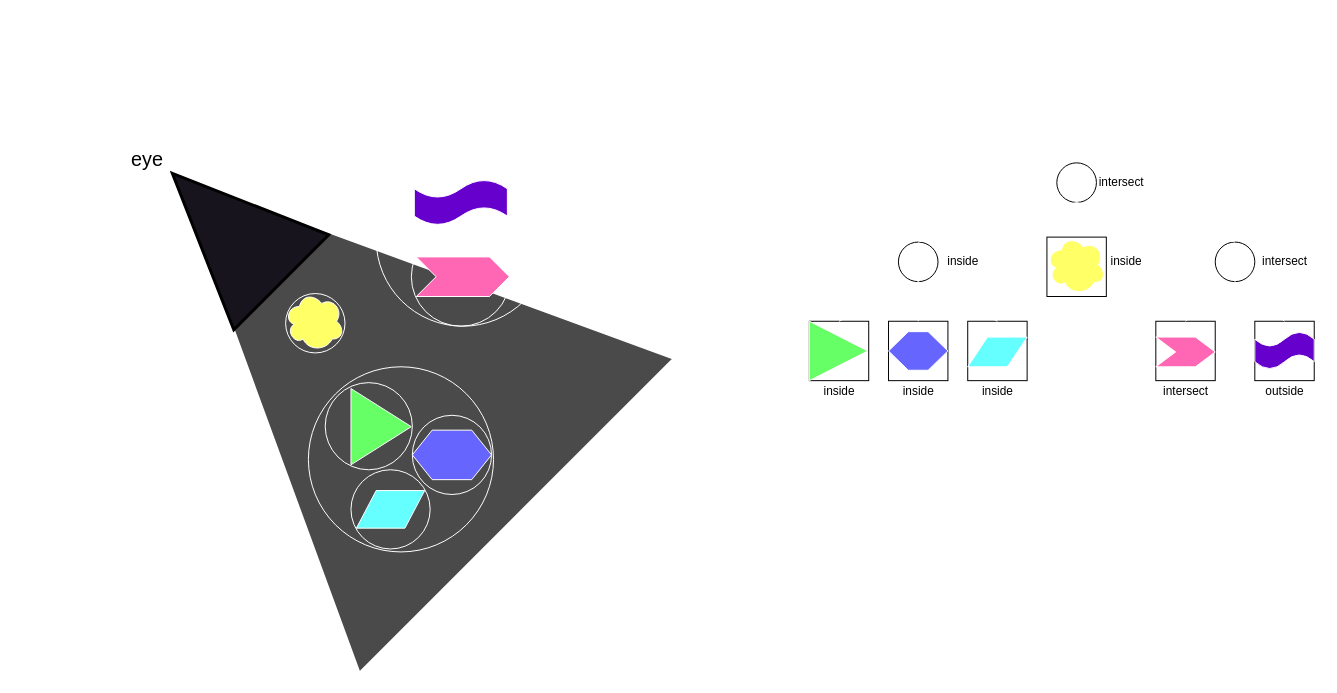
Earlier version of the draw.io diagram page "Page-6" (6 of 6) of file/Algorithm/SpatialDataStructures/BVH.drawio (FallingXun/FallingXun.github.io). Source tidied: cells renumbered, new cells numbered last; positions are measured from the earlier drawing's top-left corner, leaving out a move shared by most shapes. Both pictures are drawn from the tidied source at 99%, with x=0, y=0 at pixel (106, 123).
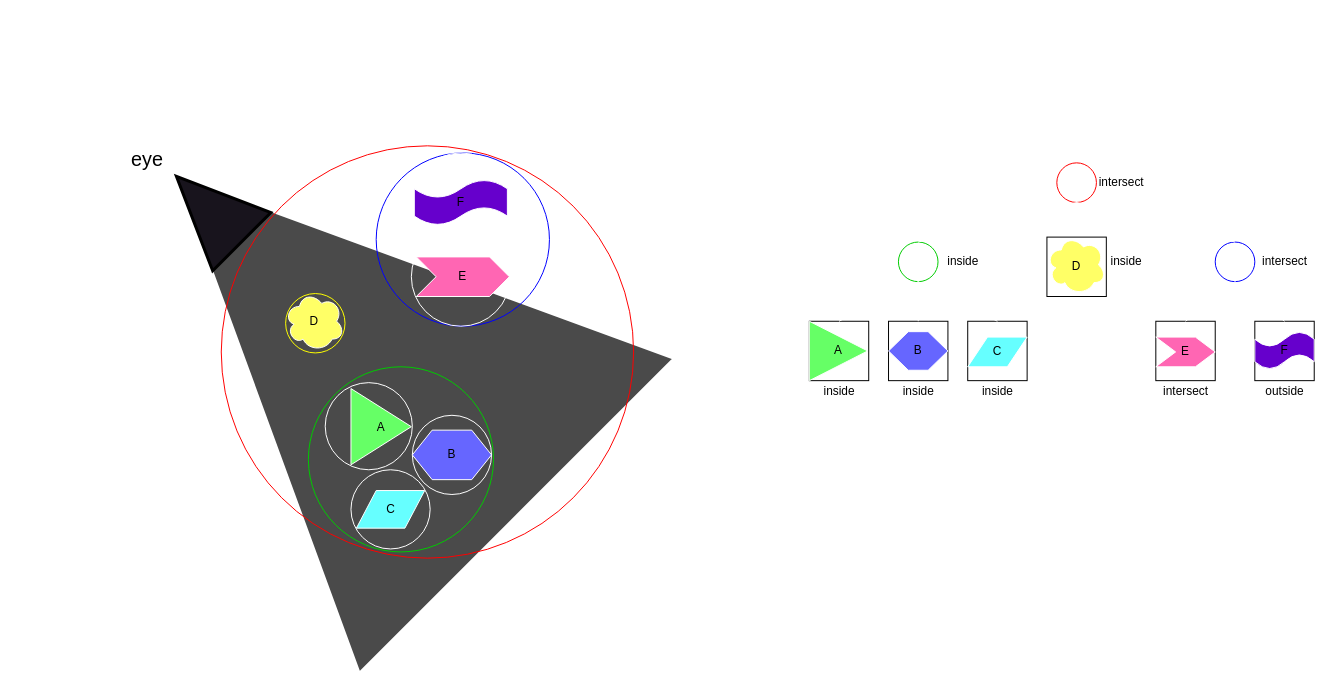
The same page after the edit.

Diff of the diagram source:
```diff
@@
     <mxCell id="8" style="triangle;whiteSpace=wrap;html=1;strokeColor=default;fillColor=#18141D;rotation=-135;strokeWidth=3;" parent="1" vertex="1">
-      <mxGeometry x="43.8" y="37.8" width="155.6" height="135.7" as="geometry" />
+      <mxGeometry x="57" y="45" width="93.4" height="83.2" as="geometry" />
     </mxCell>
@@
-    <mxCell id="11" style="ellipse;whiteSpace=wrap;html=1;strokeColor=#FFFFFF;fillColor=none;" parent="1" vertex="1">
+    <mxCell id="11" style="ellipse;whiteSpace=wrap;html=1;strokeColor=#FFFF00;fillColor=none;" parent="1" vertex="1">
       <mxGeometry x="181" y="172" width="60" height="60" as="geometry" />
     </mxCell>
-    <mxCell id="12" style="ellipse;whiteSpace=wrap;html=1;strokeColor=#FFFFFF;fillColor=none;" parent="1" vertex="1">
+    <mxCell id="12" style="ellipse;whiteSpace=wrap;html=1;strokeColor=#0000FF;fillColor=none;" parent="1" vertex="1">
       <mxGeometry x="272.5" y="30" width="175" height="175" as="geometry" />
     </mxCell>
-    <mxCell id="13" style="ellipse;whiteSpace=wrap;html=1;strokeColor=#FFFFFF;fillColor=none;" parent="1" vertex="1">
+    <mxCell id="13" style="ellipse;whiteSpace=wrap;html=1;strokeColor=#00CC00;fillColor=none;" parent="1" vertex="1">
       <mxGeometry x="204" y="246" width="187" height="187" as="geometry" />
     </mxCell>
@@
-    <mxCell id="15" style="ellipse;shape=cloud;whiteSpace=wrap;html=1;strokeColor=#FFFFFF;fillColor=#FFFF66;" parent="1" vertex="1">
+    <mxCell id="15" value="&lt;font color=&quot;#000000&quot;&gt;D&lt;/font&gt;" style="ellipse;shape=cloud;whiteSpace=wrap;html=1;strokeColor=#FFFFFF;fillColor=#FFFF66;" parent="1" vertex="1">
       <mxGeometry x="180" y="170" width="60" height="60" as="geometry" />
     </mxCell>
-    <mxCell id="16" style="triangle;whiteSpace=wrap;html=1;strokeColor=#FFFFFF;fillColor=#66FF66;" parent="1" vertex="1">
+    <mxCell id="16" value="&lt;font color=&quot;#000000&quot;&gt;A&lt;/font&gt;" style="triangle;whiteSpace=wrap;html=1;strokeColor=#FFFFFF;fillColor=#66FF66;" parent="1" vertex="1">
       <mxGeometry x="247" y="268" width="61" height="77" as="geometry" />
     </mxCell>
-    <mxCell id="17" style="shape=parallelogram;perimeter=parallelogramPerimeter;whiteSpace=wrap;html=1;fixedSize=1;strokeColor=#FFFFFF;fillColor=#66FFFF;" parent="1" vertex="1">
+    <mxCell id="17" value="&lt;font color=&quot;#000000&quot;&gt;C&lt;/font&gt;" style="shape=parallelogram;perimeter=parallelogramPerimeter;whiteSpace=wrap;html=1;fixedSize=1;strokeColor=#FFFFFF;fillColor=#66FFFF;" parent="1" vertex="1">
       <mxGeometry x="252.5" y="371" width="69" height="38" as="geometry" />
     </mxCell>
-    <mxCell id="18" style="shape=hexagon;perimeter=hexagonPerimeter2;whiteSpace=wrap;html=1;fixedSize=1;strokeColor=#FFFFFF;fillColor=#6666FF;" parent="1" vertex="1">
+    <mxCell id="18" value="&lt;font color=&quot;#000000&quot;&gt;B&lt;/font&gt;" style="shape=hexagon;perimeter=hexagonPerimeter2;whiteSpace=wrap;html=1;fixedSize=1;strokeColor=#FFFFFF;fillColor=#6666FF;" parent="1" vertex="1">
       <mxGeometry x="309" y="310" width="80" height="50" as="geometry" />
     </mxCell>
@@
-    <mxCell id="21" style="shape=tape;whiteSpace=wrap;html=1;strokeColor=#FFFFFF;fillColor=#6600CC;" parent="1" vertex="1">
+    <mxCell id="21" value="&lt;font color=&quot;#000000&quot;&gt;F&lt;/font&gt;" style="shape=tape;whiteSpace=wrap;html=1;strokeColor=#FFFFFF;fillColor=#6600CC;" parent="1" vertex="1">
       <mxGeometry x="311" y="57" width="94" height="46" as="geometry" />
     </mxCell>
-    <mxCell id="22" style="shape=step;perimeter=stepPerimeter;whiteSpace=wrap;html=1;fixedSize=1;strokeColor=#FFFFFF;fillColor=#FF66B3;" parent="1" vertex="1">
+    <mxCell id="22" value="&lt;font color=&quot;#000000&quot;&gt;E&lt;/font&gt;" style="shape=step;perimeter=stepPerimeter;whiteSpace=wrap;html=1;fixedSize=1;strokeColor=#FFFFFF;fillColor=#FF66B3;" parent="1" vertex="1">
       <mxGeometry x="313" y="135" width="94" height="40" as="geometry" />
     </mxCell>
-    <mxCell id="23" style="ellipse;whiteSpace=wrap;html=1;strokeColor=default;strokeWidth=1;fillColor=none;" parent="1" vertex="1">
+    <mxCell id="23" style="ellipse;whiteSpace=wrap;html=1;strokeColor=#FF0000;strokeWidth=1;fillColor=none;" parent="1" vertex="1">
       <mxGeometry x="960" y="40" width="40" height="40" as="geometry" />
     </mxCell>
@@
-    <mxCell id="25" style="triangle;whiteSpace=wrap;html=1;strokeColor=#FFFFFF;fillColor=#66FF66;" parent="1" vertex="1">
+    <mxCell id="25" value="&lt;font color=&quot;#000000&quot;&gt;A&lt;/font&gt;" style="triangle;whiteSpace=wrap;html=1;strokeColor=#FFFFFF;fillColor=#66FF66;" parent="1" vertex="1">
       <mxGeometry x="710" y="200" width="59" height="60" as="geometry" />
     </mxCell>
-    <mxCell id="26" style="shape=parallelogram;perimeter=parallelogramPerimeter;whiteSpace=wrap;html=1;fixedSize=1;strokeColor=#FFFFFF;fillColor=#66FFFF;" parent="1" vertex="1">
+    <mxCell id="26" value="&lt;font color=&quot;#000000&quot;&gt;C&lt;/font&gt;" style="shape=parallelogram;perimeter=parallelogramPerimeter;whiteSpace=wrap;html=1;fixedSize=1;strokeColor=#FFFFFF;fillColor=#66FFFF;" parent="1" vertex="1">
       <mxGeometry x="870" y="216" width="60" height="30" as="geometry" />
     </mxCell>
-    <mxCell id="27" style="shape=hexagon;perimeter=hexagonPerimeter2;whiteSpace=wrap;html=1;fixedSize=1;strokeColor=#FFFFFF;fillColor=#6666FF;" parent="1" vertex="1">
+    <mxCell id="27" value="&lt;font color=&quot;#000000&quot;&gt;B&lt;/font&gt;" style="shape=hexagon;perimeter=hexagonPerimeter2;whiteSpace=wrap;html=1;fixedSize=1;strokeColor=#FFFFFF;fillColor=#6666FF;" parent="1" vertex="1">
       <mxGeometry x="790" y="210.5" width="60" height="39" as="geometry" />
     </mxCell>
-    <mxCell id="28" style="shape=tape;whiteSpace=wrap;html=1;strokeColor=#FFFFFF;fillColor=#6600CC;" parent="1" vertex="1">
+    <mxCell id="28" value="&lt;font color=&quot;#000000&quot;&gt;F&lt;/font&gt;" style="shape=tape;whiteSpace=wrap;html=1;strokeColor=#FFFFFF;fillColor=#6600CC;" parent="1" vertex="1">
       <mxGeometry x="1160" y="210.5" width="60" height="38" as="geometry" />
     </mxCell>
-    <mxCell id="29" style="shape=step;perimeter=stepPerimeter;whiteSpace=wrap;html=1;fixedSize=1;strokeColor=#FFFFFF;fillColor=#FF66B3;" parent="1" vertex="1">
+    <mxCell id="29" value="&lt;font color=&quot;#000000&quot;&gt;E&lt;/font&gt;" style="shape=step;perimeter=stepPerimeter;whiteSpace=wrap;html=1;fixedSize=1;strokeColor=#FFFFFF;fillColor=#FF66B3;" parent="1" vertex="1">
       <mxGeometry x="1060" y="216" width="60" height="30" as="geometry" />
     </mxCell>
-    <mxCell id="30" style="ellipse;whiteSpace=wrap;html=1;strokeColor=default;strokeWidth=1;fillColor=none;" parent="1" vertex="1">
+    <mxCell id="30" style="ellipse;whiteSpace=wrap;html=1;strokeColor=#00CC00;strokeWidth=1;fillColor=none;" parent="1" vertex="1">
       <mxGeometry x="800" y="120" width="40" height="40" as="geometry" />
     </mxCell>
-    <mxCell id="31" style="ellipse;whiteSpace=wrap;html=1;strokeColor=default;strokeWidth=1;fillColor=none;" parent="1" vertex="1">
+    <mxCell id="31" style="ellipse;whiteSpace=wrap;html=1;strokeColor=#0000FF;strokeWidth=1;fillColor=none;" parent="1" vertex="1">
       <mxGeometry x="1120" y="120" width="40" height="40" as="geometry" />
     </mxCell>
@@
-    <mxCell id="43" style="rounded=0;whiteSpace=wrap;html=1;strokeColor=default;strokeWidth=1;fillColor=none;" parent="1" vertex="1">
+    <mxCell id="43" value="&lt;font color=&quot;#000000&quot;&gt;D&lt;/font&gt;" style="rounded=0;whiteSpace=wrap;html=1;strokeColor=default;strokeWidth=1;fillColor=none;" parent="1" vertex="1">
       <mxGeometry x="950" y="115" width="60" height="60" as="geometry" />
     </mxCell>
@@
+    <mxCell id="51" style="ellipse;whiteSpace=wrap;html=1;strokeColor=#FF0000;strokeWidth=1;fontSize=20;fillColor=none;" parent="1" vertex="1">
+      <mxGeometry x="116" y="22.8" width="416.5" height="416.5" as="geometry" />
+    </mxCell>
```
